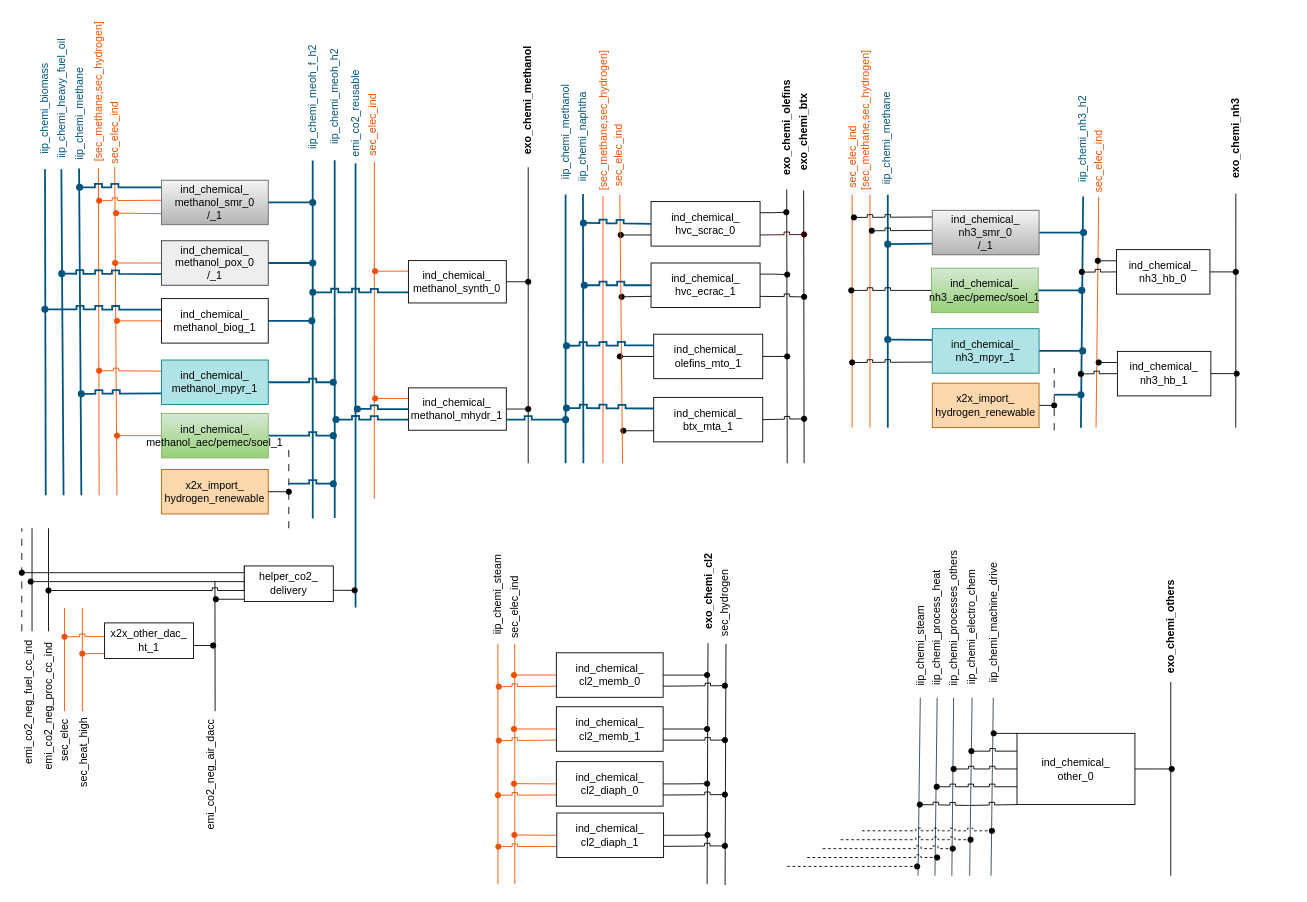
anik-ier/TAM_Industry_RES keeps this draw.io diagram as page "Chemi_SEDOS" (3 of 18) of TAM_Industry_RES.drawio. Above is the earlier version. Source tidied: cells renumbered, new cells numbered last; positions are measured from the earlier drawing's top-left corner, leaving out a move shared by most shapes. Both pictures are drawn from the tidied source at 89%, with x=0, y=0 at pixel (-32, 18).
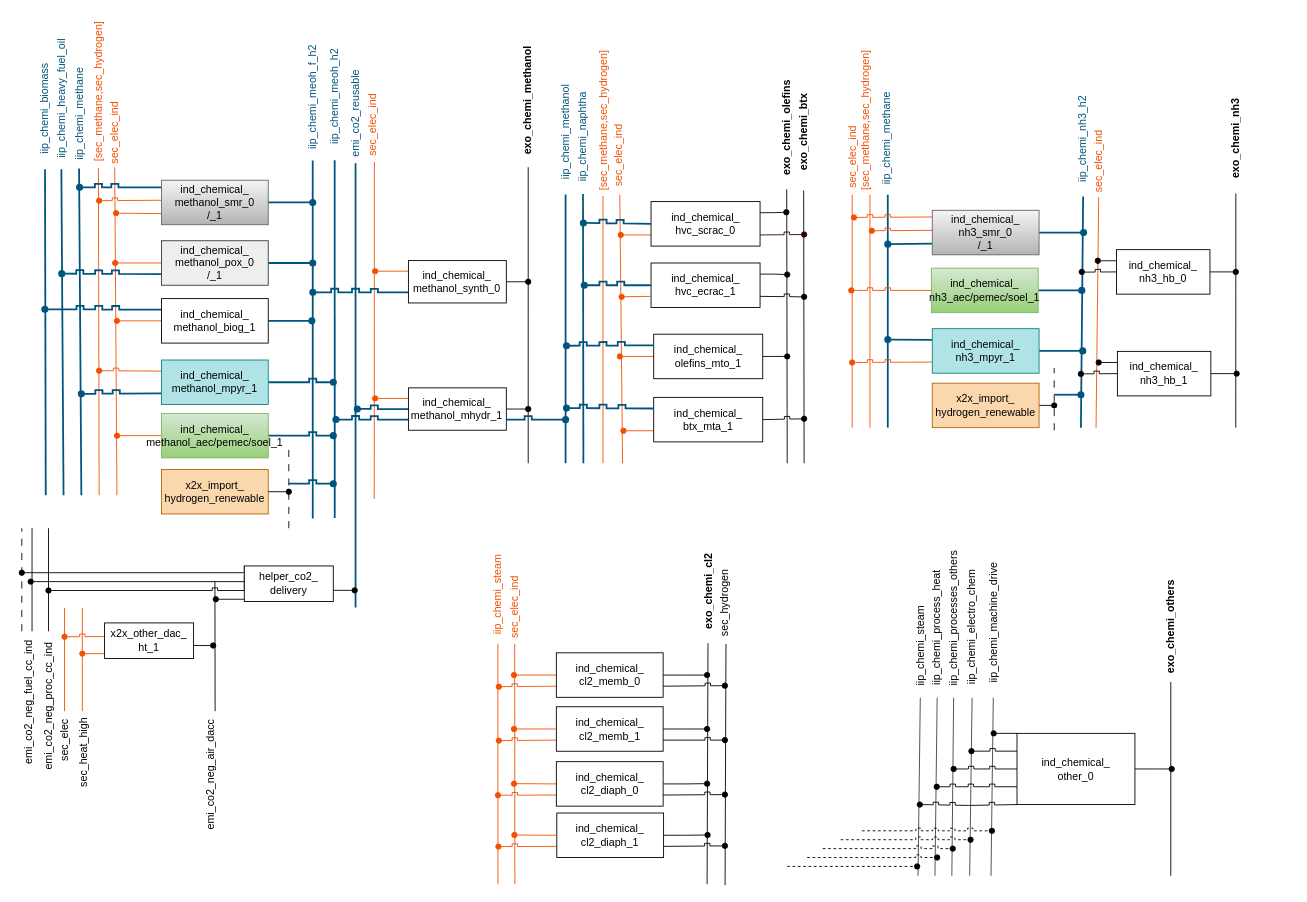
After the change.

Unchanged cells that the change refers to:
```xml
<mxCell id="5" value="&lt;div&gt;ind_chemical_&lt;/div&gt;&lt;div&gt;hvc_scrac_0&lt;/div&gt;" style="rounded=0;whiteSpace=wrap;html=1;" parent="1" vertex="1">
  <mxGeometry x="767" y="206" width="122.5" height="50" as="geometry" />
</mxCell>
<mxCell id="11" value="&lt;div&gt;ind_chemical_&lt;/div&gt;&lt;div&gt;hvc_ecrac_1&lt;/div&gt;" style="rounded=0;whiteSpace=wrap;html=1;" parent="1" vertex="1">
  <mxGeometry x="767" y="275" width="122.5" height="50" as="geometry" />
</mxCell>
<mxCell id="17" value="&lt;div&gt;ind_chemical_&lt;/div&gt;&lt;div&gt;olefins_mto_1&lt;/div&gt;" style="rounded=0;whiteSpace=wrap;html=1;" parent="1" vertex="1">
  <mxGeometry x="770" y="355" width="122.5" height="50" as="geometry" />
</mxCell>
<mxCell id="22" value="&lt;div&gt;ind_chemical_&lt;/div&gt;&lt;div&gt;btx_mta_1&lt;/div&gt;" style="rounded=0;whiteSpace=wrap;html=1;" parent="1" vertex="1">
  <mxGeometry x="770" y="426" width="122.5" height="50" as="geometry" />
</mxCell>
<mxCell id="41" style="group;" parent="1" vertex="1">
  <mxGeometry x="1013" y="215.8" width="190" height="60" as="geometry" />
</mxCell>
<mxCell id="47" style="group;" parent="1" vertex="1">
  <mxGeometry x="993" y="348.8" width="210" height="60" as="geometry" />
</mxCell>
<mxCell id="51" value="&lt;div&gt;ind_chemical_&lt;/div&gt;&lt;div&gt;nh3_mpyr_1&lt;/div&gt;" style="rounded=0;whiteSpace=wrap;html=1;fillColor=#b0e3e6;strokeColor=#0e8088;" parent="47" vertex="1">
  <mxGeometry x="90" width="120" height="50" as="geometry" />
</mxCell>
<mxCell id="54" value="&lt;div&gt;ind_chemical_&lt;/div&gt;&lt;div&gt;nh3_aec/pemec/soel_1&lt;/div&gt;" style="rounded=0;whiteSpace=wrap;html=1;fillColor=#d5e8d4;gradientColor=#97d077;strokeColor=#82b366;" parent="1" vertex="1">
  <mxGeometry x="1082" y="280.8" width="120" height="50" as="geometry" />
</mxCell>
```

The edit, as a diff of the source:
```diff
@@
-    <mxCell id="4" style="edgeStyle=orthogonalEdgeStyle;rounded=0;jettySize=auto;html=1;exitX=0;exitY=0.75;exitDx=0;exitDy=0;endArrow=oval;endFill=1;" parent="1" edge="1" source="5">
+    <mxCell id="4" style="edgeStyle=orthogonalEdgeStyle;rounded=0;jettySize=auto;html=1;exitX=0;exitY=0.75;exitDx=0;exitDy=0;endArrow=oval;endFill=1;strokeColor=#F24F00;" parent="1" edge="1" source="5">
       <mxGeometry relative="1" as="geometry">
         <mxPoint x="733" y="243" as="targetPoint" />
       </mxGeometry>
     </mxCell>
@@
-    <mxCell id="15" style="edgeStyle=elbowEdgeStyle;rounded=0;jettySize=auto;html=1;exitX=0;exitY=0.5;exitDx=0;exitDy=0;endArrow=oval;endFill=1;" parent="1" edge="1" source="17">
+    <mxCell id="15" style="edgeStyle=elbowEdgeStyle;rounded=0;jettySize=auto;html=1;exitX=0;exitY=0.5;exitDx=0;exitDy=0;endArrow=oval;endFill=1;strokeColor=#F24F00;" parent="1" edge="1" source="17">
       <mxGeometry relative="1" as="geometry">
         <mxPoint x="732" y="380" as="targetPoint" />
         <Array as="points">
           <mxPoint x="791.5" y="445" />
         </Array>
       </mxGeometry>
     </mxCell>
@@
-    <mxCell id="21" style="edgeStyle=orthogonalEdgeStyle;rounded=0;jettySize=auto;html=1;exitX=0;exitY=0.75;exitDx=0;exitDy=0;endArrow=oval;endFill=1;" parent="1" edge="1" source="22">
+    <mxCell id="21" style="edgeStyle=orthogonalEdgeStyle;rounded=0;jettySize=auto;html=1;exitX=0;exitY=0.75;exitDx=0;exitDy=0;endArrow=oval;endFill=1;strokeColor=#F24F00;" parent="1" edge="1" source="22">
       <mxGeometry relative="1" as="geometry">
         <mxPoint x="736" y="463" as="targetPoint" />
       </mxGeometry>
     </mxCell>
@@
-    <mxCell id="23" style="edgeStyle=elbowEdgeStyle;rounded=0;jettySize=auto;html=1;exitX=0;exitY=0.75;exitDx=0;exitDy=0;endArrow=oval;endFill=1;jumpStyle=sharp;" parent="1" edge="1" source="11">
+    <mxCell id="23" style="edgeStyle=elbowEdgeStyle;rounded=0;jettySize=auto;html=1;exitX=0;exitY=0.75;exitDx=0;exitDy=0;endArrow=oval;endFill=1;jumpStyle=sharp;strokeColor=#F24F00;" parent="1" edge="1" source="11">
       <mxGeometry relative="1" as="geometry">
         <mxPoint x="734" y="313" as="targetPoint" />
       </mxGeometry>
     </mxCell>
@@
-    <mxCell id="42" style="edgeStyle=orthogonalEdgeStyle;rounded=0;orthogonalLoop=1;jettySize=auto;html=1;exitX=0;exitY=0.25;exitDx=0;exitDy=0;endArrow=oval;endFill=1;jumpStyle=sharp;" parent="41" edge="1">
+    <mxCell id="42" style="edgeStyle=orthogonalEdgeStyle;rounded=0;orthogonalLoop=1;jettySize=auto;html=1;exitX=0;exitY=0.25;exitDx=0;exitDy=0;endArrow=oval;endFill=1;jumpStyle=sharp;strokeColor=#F24F00;" parent="41" edge="1">
       <mxGeometry relative="1" as="geometry">
         <mxPoint x="70" y="7.5" as="sourcePoint" />
         <mxPoint x="-18" y="8" as="targetPoint" />
       </mxGeometry>
     </mxCell>
-    <mxCell id="43" style="edgeStyle=orthogonalEdgeStyle;rounded=0;orthogonalLoop=1;jettySize=auto;html=1;exitX=0;exitY=0.5;exitDx=0;exitDy=0;endArrow=oval;endFill=1;jumpStyle=sharp;" parent="41" edge="1">
+    <mxCell id="43" style="edgeStyle=orthogonalEdgeStyle;rounded=0;orthogonalLoop=1;jettySize=auto;html=1;exitX=0;exitY=0.5;exitDx=0;exitDy=0;endArrow=oval;endFill=1;jumpStyle=sharp;strokeColor=#F24F00;" parent="41" edge="1">
       <mxGeometry relative="1" as="geometry">
         <mxPoint x="70" y="22.5" as="sourcePoint" />
         <mxPoint x="2" y="23" as="targetPoint" />
       </mxGeometry>
     </mxCell>
@@
-    <mxCell id="49" style="edgeStyle=orthogonalEdgeStyle;rounded=0;jettySize=auto;html=1;exitX=0;exitY=0.75;exitDx=0;exitDy=0;endArrow=oval;endFill=1;jumpStyle=sharp;" parent="47" edge="1" source="51">
+    <mxCell id="49" style="edgeStyle=orthogonalEdgeStyle;rounded=0;jettySize=auto;html=1;exitX=0;exitY=0.75;exitDx=0;exitDy=0;endArrow=oval;endFill=1;jumpStyle=sharp;strokeColor=#F24F00;" parent="47" edge="1" source="51">
       <mxGeometry relative="1" as="geometry">
         <mxPoint y="38" as="targetPoint" />
       </mxGeometry>
     </mxCell>
@@
-    <mxCell id="52" style="edgeStyle=orthogonalEdgeStyle;rounded=0;jettySize=auto;html=1;exitX=0;exitY=0.5;exitDx=0;exitDy=0;endArrow=oval;endFill=1;jumpStyle=sharp;" parent="1" edge="1" source="54">
+    <mxCell id="52" style="edgeStyle=orthogonalEdgeStyle;rounded=0;jettySize=auto;html=1;exitX=0;exitY=0.5;exitDx=0;exitDy=0;endArrow=oval;endFill=1;jumpStyle=sharp;strokeColor=#F24F00;" parent="1" edge="1" source="54">
       <mxGeometry relative="1" as="geometry">
         <mxPoint x="992" y="305.8" as="targetPoint" />
       </mxGeometry>
     </mxCell>
@@
-    <mxCell id="162" value="sec_elec_ind" style="text;html=1;fillColor=none;align=center;verticalAlign=middle;whiteSpace=wrap;rounded=0;rotation=270;fontStyle=0;" parent="1" vertex="1">
+    <mxCell id="162" value="sec_elec_ind" style="text;html=1;fillColor=none;align=center;verticalAlign=middle;whiteSpace=wrap;rounded=0;rotation=270;fontStyle=0;fontColor=#F24F00;" parent="1" vertex="1">
       <mxGeometry x="573.5" y="647.5" width="80.7" height="30" as="geometry" />
     </mxCell>
@@
-    <mxCell id="165" value="iip_chemi_steam" style="text;html=1;align=center;verticalAlign=middle;whiteSpace=wrap;rounded=0;rotation=270;fontStyle=0;" parent="1" vertex="1">
+    <mxCell id="165" value="iip_chemi_steam" style="text;html=1;align=center;verticalAlign=middle;whiteSpace=wrap;rounded=0;rotation=270;fontStyle=0;fontColor=#F24F00;" parent="1" vertex="1">
       <mxGeometry x="539.8" y="632.8" width="110.2" height="30" as="geometry" />
     </mxCell>
```
